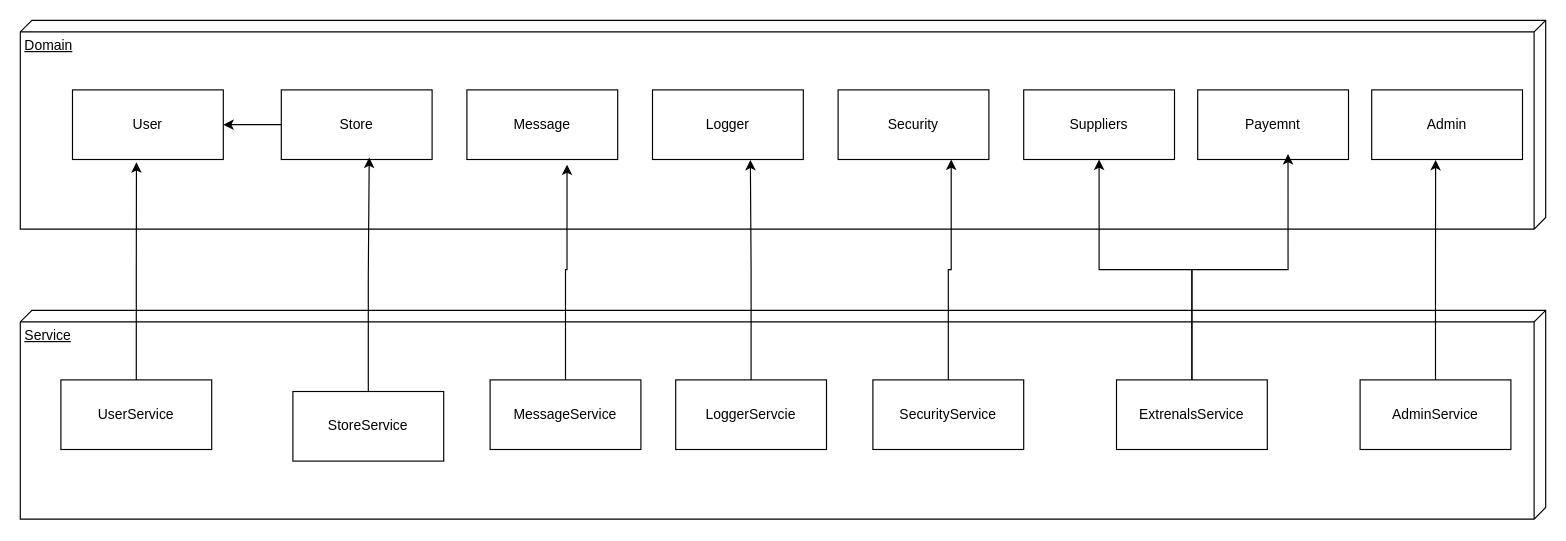
Above: page "Page-2" (2 of 2) of classDiagram TradeSystem_latestVersion 14.5.24.drawio in tomernay/TradingSystem (draw.io), before the change. Source tidied: cells renumbered, new cells numbered last; positions are measured from the earlier drawing's top-left corner, leaving out a move shared by most shapes. Both pictures are drawn from the tidied source at 116%, with x=0, y=0 at pixel (20, 20).
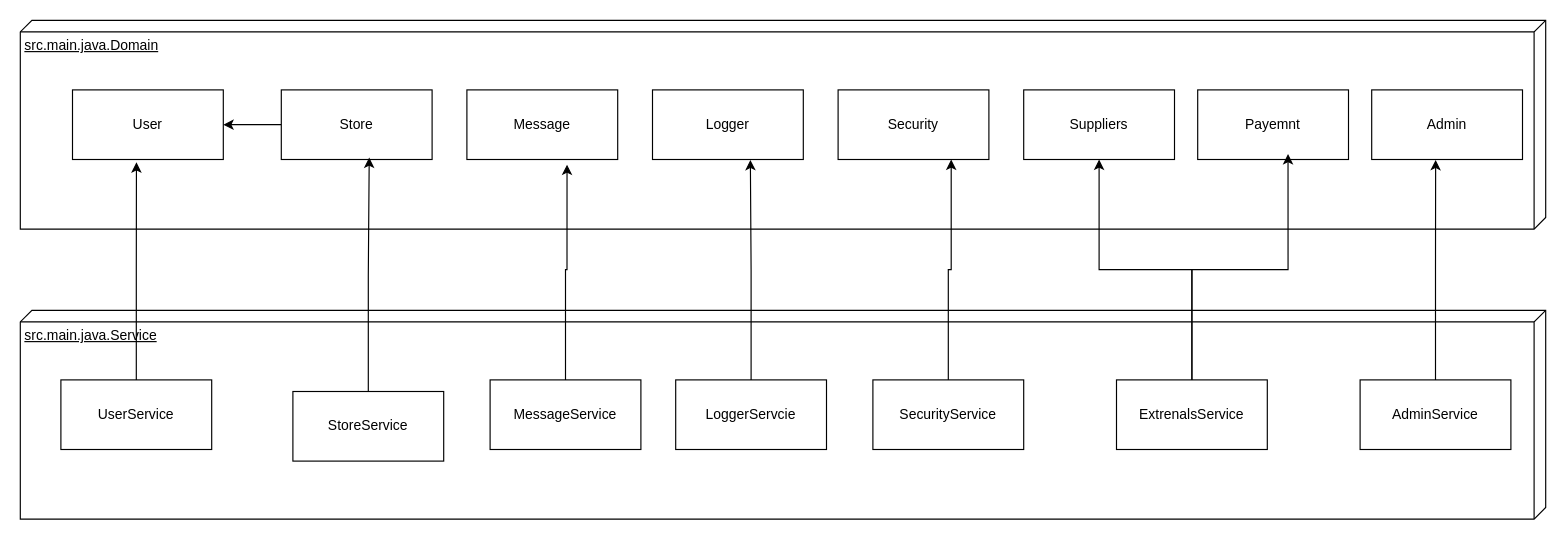
The same diagram, later.

The edit, as a diff of the source:
```diff
@@
-    <mxCell id="2" value="Domain" style="verticalAlign=top;align=left;spacingTop=8;spacingLeft=2;spacingRight=12;shape=cube;size=10;direction=south;fontStyle=4;html=1;whiteSpace=wrap;" parent="1" vertex="1">
+    <mxCell id="2" value="src.main.java.Domain" style="verticalAlign=top;align=left;spacingTop=8;spacingLeft=2;spacingRight=12;shape=cube;size=10;direction=south;fontStyle=4;html=1;whiteSpace=wrap;" parent="1" vertex="1">
       <mxGeometry width="1315" height="180" as="geometry" />
     </mxCell>
@@
-    <mxCell id="12" value="Service" style="verticalAlign=top;align=left;spacingTop=8;spacingLeft=2;spacingRight=12;shape=cube;size=10;direction=south;fontStyle=4;html=1;whiteSpace=wrap;" parent="1" vertex="1">
+    <mxCell id="12" value="src.main.java.Service" style="verticalAlign=top;align=left;spacingTop=8;spacingLeft=2;spacingRight=12;shape=cube;size=10;direction=south;fontStyle=4;html=1;whiteSpace=wrap;" parent="1" vertex="1">
       <mxGeometry y="250" width="1315" height="180" as="geometry" />
     </mxCell>
```
